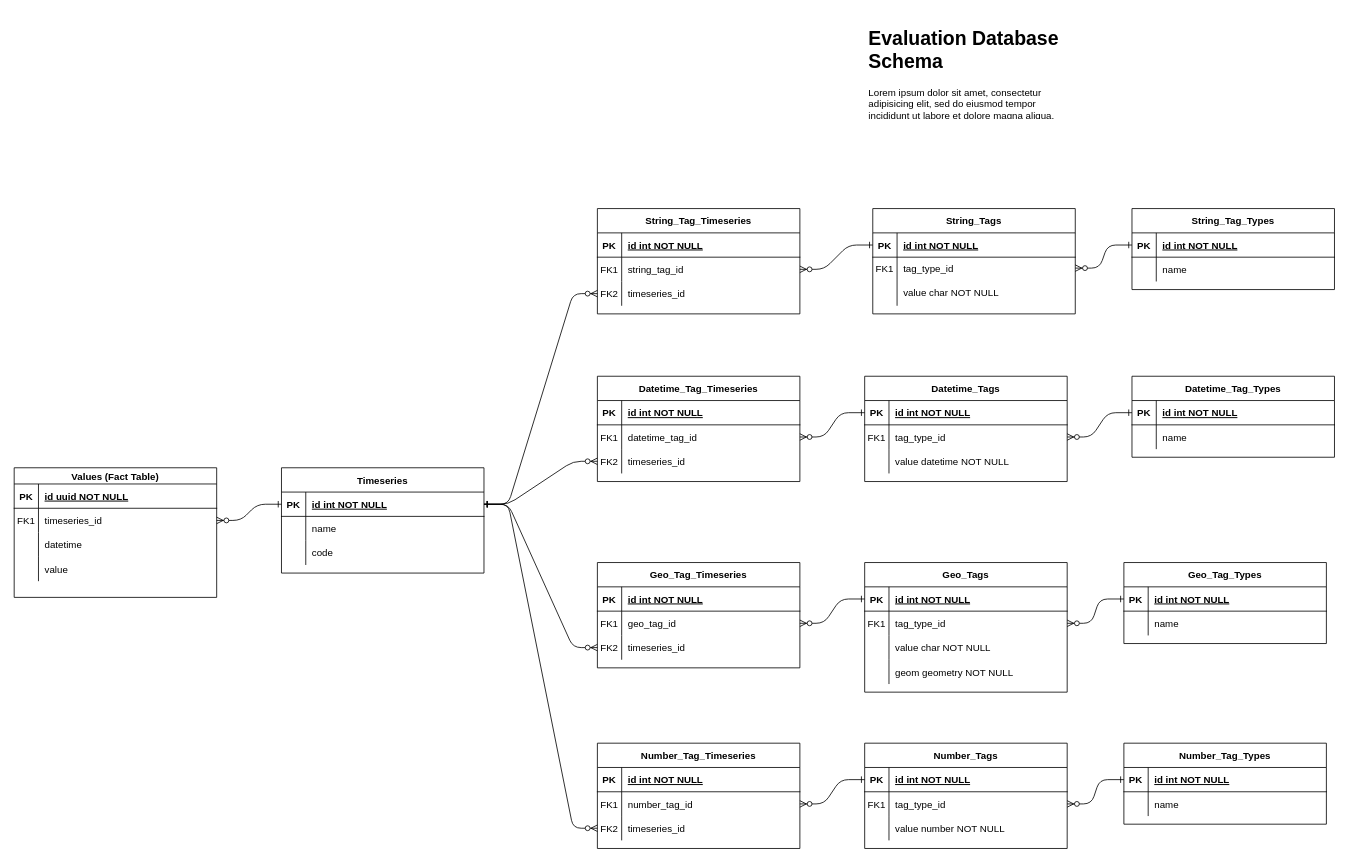
The draw.io diagram docs/schema.drawio in RTIInternational/hydro-evaluation, before the edit. Source tidied: cells renumbered, new cells numbered last; positions are measured from the earlier drawing's top-left corner, leaving out a move shared by most shapes. Both pictures are drawn from the tidied source at 81%, with x=0, y=0 at pixel (14, 22).
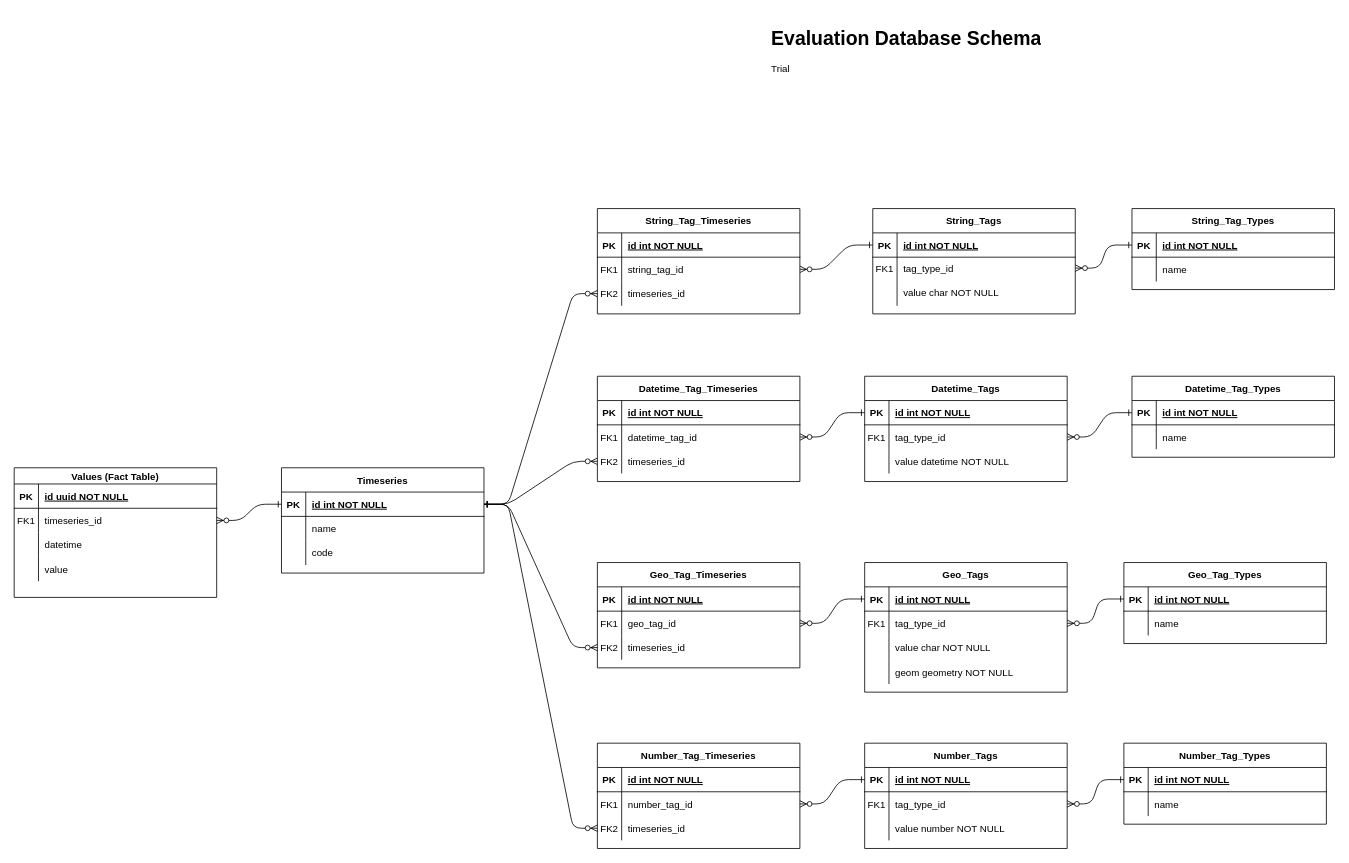
Above is the later version.

Change to the diagram source:
```diff
@@
-    <mxCell id="149" value="&lt;h1&gt;Evaluation Database Schema&lt;br&gt;&lt;/h1&gt;&lt;p&gt;Lorem ipsum dolor sit amet, consectetur adipisicing elit, sed do eiusmod tempor incididunt ut labore et dolore magna aliqua.&lt;/p&gt;" style="text;html=1;strokeColor=none;fillColor=none;spacing=5;spacingTop=-20;whiteSpace=wrap;overflow=hidden;rounded=0;" parent="1" vertex="1">
-      <mxGeometry x="1050" width="250" height="120" as="geometry" />
+    <mxCell id="149" value="&lt;h1&gt;Evaluation Database Schema&lt;br&gt;&lt;/h1&gt;&lt;p&gt;Trial&lt;/p&gt;" style="text;html=1;strokeColor=none;fillColor=none;spacing=5;spacingTop=-20;whiteSpace=wrap;overflow=hidden;rounded=0;" parent="1" vertex="1">
+      <mxGeometry x="930" width="370" height="120" as="geometry" />
     </mxCell>
```
